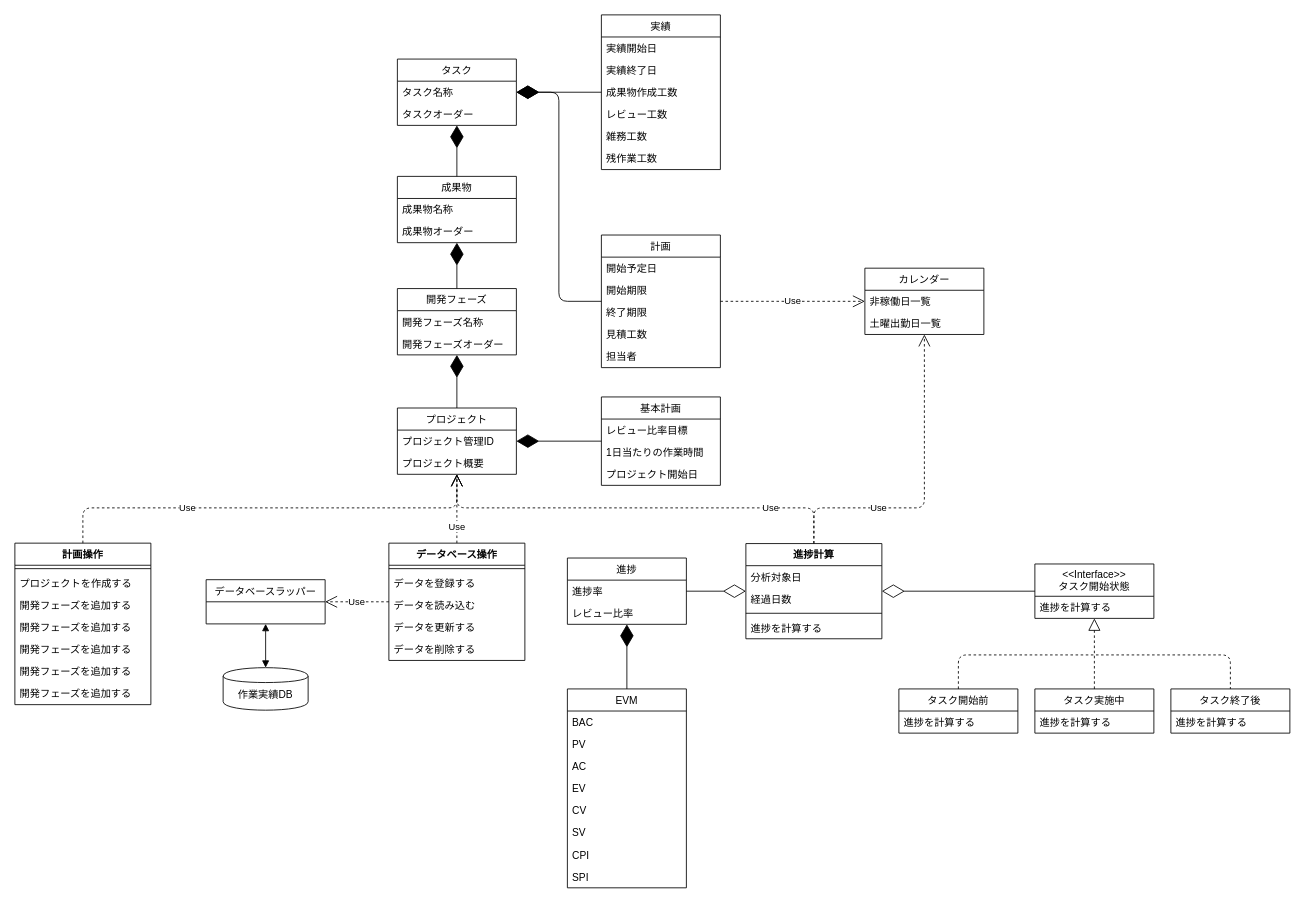
The draw.io diagram Doc/SDD/WPR_クラス図.drawio in narusekaoru/WorkPerformanceRecord, before the edit. Source tidied: cells renumbered, new cells numbered last; positions are measured from the earlier drawing's top-left corner, leaving out a move shared by most shapes. Both pictures are drawn from the tidied source at 85%, with x=0, y=0 at pixel (14, 14).
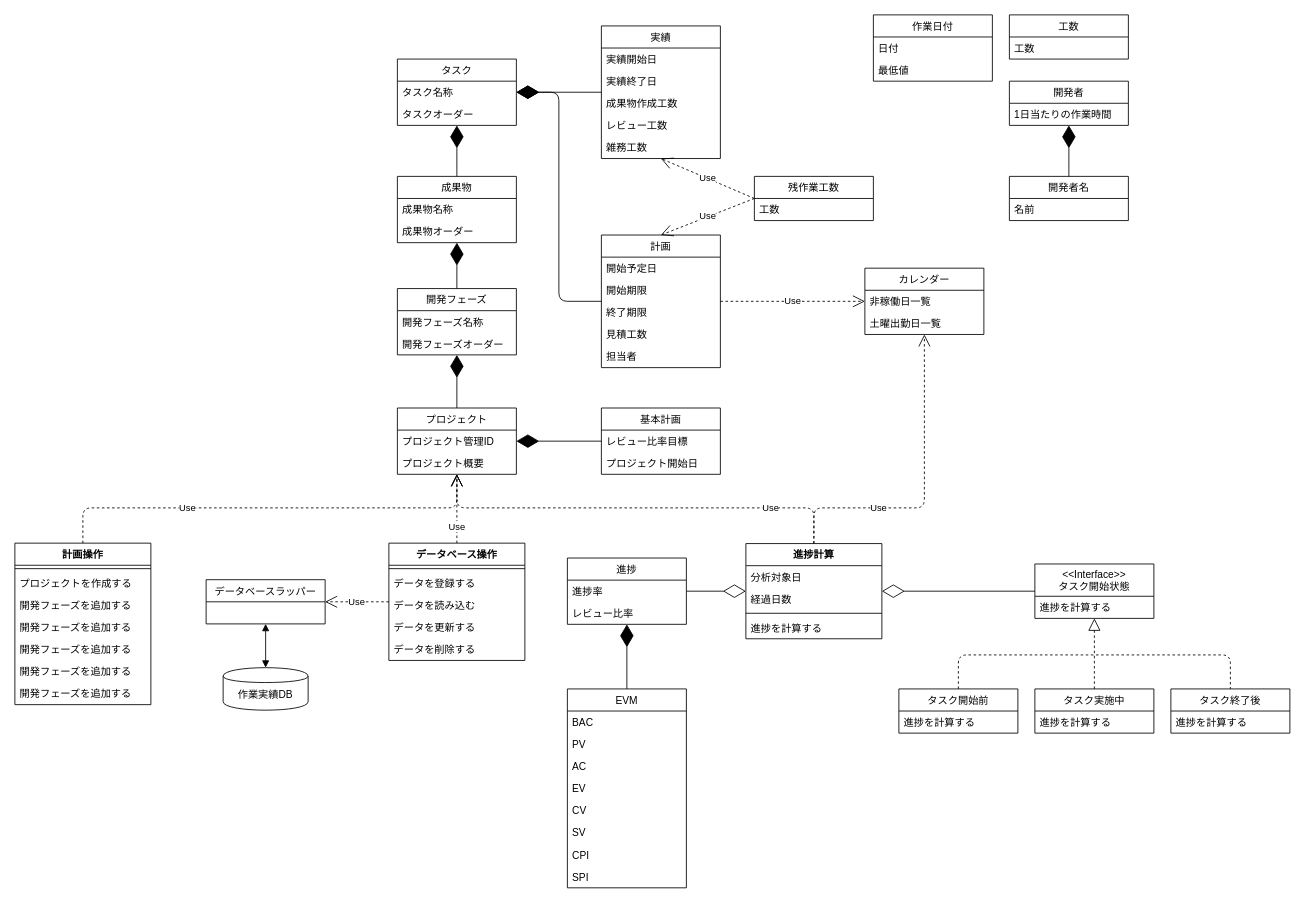
Above is the later version.

Commit message:
WPR_クラス図.drawio を更新します

The change refers to these unchanged cells:
```xml
<mxCell id="14" value="計画" style="swimlane;fontStyle=0;horizontal=1;startSize=26;fillColor=none;" parent="1" vertex="1">
  <mxGeometry x="690" y="259" width="140" height="156" as="geometry" />
</mxCell>
```

Diff of the diagram source:
```diff
@@
     <mxCell id="20" value="実績" style="swimlane;fontStyle=0;horizontal=1;startSize=26;fillColor=none;" parent="1" vertex="1">
-      <mxGeometry x="690" width="140" height="182" as="geometry" />
+      <mxGeometry x="690" y="13" width="140" height="156" as="geometry" />
     </mxCell>
@@
-    <mxCell id="26" value="残作業工数" style="text;strokeColor=none;fillColor=none;align=left;verticalAlign=top;spacingLeft=4;spacingRight=4;overflow=hidden;points=[[0,0.5],[1,0.5]];portConstraint=eastwest;" parent="20" vertex="1">
-      <mxGeometry y="156" width="140" height="26" as="geometry" />
-    </mxCell>
@@
     <mxCell id="49" value="基本計画" style="swimlane;fontStyle=0;horizontal=1;startSize=26;fillColor=none;" parent="1" vertex="1">
-      <mxGeometry x="690" y="449.5" width="140" height="104" as="geometry" />
+      <mxGeometry x="690" y="462.5" width="140" height="78" as="geometry" />
     </mxCell>
@@
-    <mxCell id="51" value="1日当たりの作業時間" style="text;strokeColor=none;fillColor=none;align=left;verticalAlign=top;spacingLeft=4;spacingRight=4;overflow=hidden;" parent="49" vertex="1">
-      <mxGeometry y="52" width="140" height="26" as="geometry" />
-    </mxCell>
     <mxCell id="52" value="プロジェクト開始日" style="text;strokeColor=none;fillColor=none;align=left;verticalAlign=top;spacingLeft=4;spacingRight=4;overflow=hidden;" parent="49" vertex="1">
-      <mxGeometry y="78" width="140" height="26" as="geometry" />
+      <mxGeometry y="52" width="140" height="26" as="geometry" />
     </mxCell>
@@
+    <mxCell id="96" value="作業日付" style="swimlane;fontStyle=0;horizontal=1;startSize=26;fillColor=none;" parent="1" vertex="1">
+      <mxGeometry x="1010" width="140" height="78" as="geometry" />
+    </mxCell>
+    <mxCell id="97" value="日付" style="text;strokeColor=none;fillColor=none;align=left;verticalAlign=top;spacingLeft=4;spacingRight=4;overflow=hidden;" parent="96" vertex="1">
+      <mxGeometry y="26" width="140" height="26" as="geometry" />
+    </mxCell>
+    <mxCell id="98" value="最低値" style="text;strokeColor=none;fillColor=none;align=left;verticalAlign=top;spacingLeft=4;spacingRight=4;overflow=hidden;" parent="96" vertex="1">
+      <mxGeometry y="52" width="140" height="26" as="geometry" />
+    </mxCell>
+    <mxCell id="99" value="工数" style="swimlane;fontStyle=0;horizontal=1;startSize=26;fillColor=none;" parent="1" vertex="1">
+      <mxGeometry x="1170" width="140" height="52" as="geometry" />
+    </mxCell>
+    <mxCell id="100" value="工数" style="text;strokeColor=none;fillColor=none;align=left;verticalAlign=top;spacingLeft=4;spacingRight=4;overflow=hidden;" parent="99" vertex="1">
+      <mxGeometry y="26" width="140" height="26" as="geometry" />
+    </mxCell>
+    <mxCell id="101" value="開発者" style="swimlane;fontStyle=0;horizontal=1;startSize=26;fillColor=none;" parent="1" vertex="1">
+      <mxGeometry x="1170" y="78" width="140" height="52" as="geometry" />
+    </mxCell>
+    <mxCell id="51" value="1日当たりの作業時間" style="text;strokeColor=none;fillColor=none;align=left;verticalAlign=top;spacingLeft=4;spacingRight=4;overflow=hidden;" parent="101" vertex="1">
+      <mxGeometry y="26" width="140" height="26" as="geometry" />
+    </mxCell>
+    <mxCell id="26" value="残作業工数" style="swimlane;fontStyle=0;horizontal=1;startSize=26;fillColor=none;" parent="1" vertex="1">
+      <mxGeometry x="870" y="190" width="140" height="52" as="geometry" />
+    </mxCell>
+    <mxCell id="102" value="工数" style="text;strokeColor=none;fillColor=none;align=left;verticalAlign=top;spacingLeft=4;spacingRight=4;overflow=hidden;" parent="26" vertex="1">
+      <mxGeometry y="26" width="140" height="26" as="geometry" />
+    </mxCell>
+    <mxCell id="103" value="Use" style="endArrow=open;endSize=12;dashed=1;html=1;exitX=0;exitY=0.5;exitDx=0;exitDy=0;entryX=0.5;entryY=1;entryDx=0;entryDy=0;" parent="1" edge="1" source="26" target="20">
+      <mxGeometry relative="1" as="geometry" />
+    </mxCell>
+    <mxCell id="104" value="Use" style="endArrow=open;endSize=12;dashed=1;html=1;exitX=0;exitY=0.5;exitDx=0;exitDy=0;entryX=0.5;entryY=0;entryDx=0;entryDy=0;" parent="1" edge="1" source="26" target="14">
+      <mxGeometry relative="1" as="geometry" />
+    </mxCell>
+    <mxCell id="105" value="開発者名" style="swimlane;fontStyle=0;horizontal=1;startSize=26;fillColor=none;" parent="1" vertex="1">
+      <mxGeometry x="1170" y="190" width="140" height="52" as="geometry" />
+    </mxCell>
+    <mxCell id="106" value="名前" style="text;strokeColor=none;fillColor=none;align=left;verticalAlign=top;spacingLeft=4;spacingRight=4;overflow=hidden;" parent="105" vertex="1">
+      <mxGeometry y="26" width="140" height="26" as="geometry" />
+    </mxCell>
+    <mxCell id="107" style="endArrow=diamondThin;endFill=1;endSize=24;html=1;entryX=0.5;entryY=1;entryDx=0;entryDy=0;exitX=0.5;exitY=0;exitDx=0;exitDy=0;" parent="1" edge="1" source="105" target="101">
+      <mxGeometry relative="1" as="geometry" />
+    </mxCell>
```
